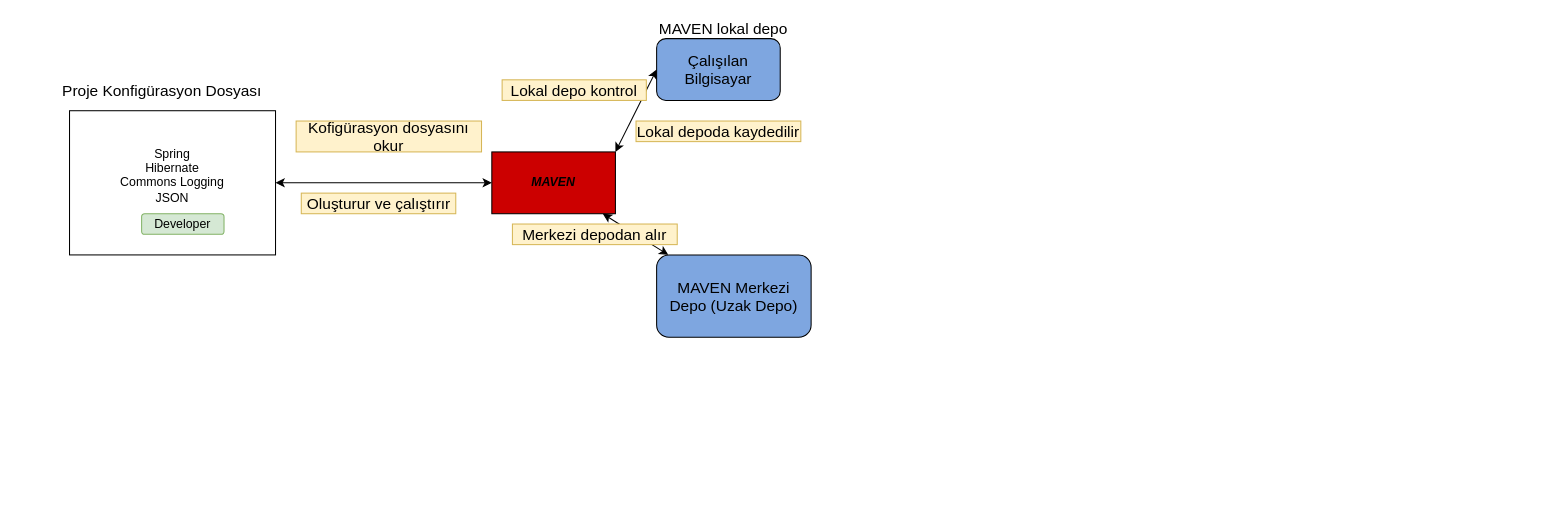
This is mavenFlow.drawio from aysedemirel/aysedemirel.github.io, a draw.io file, before an edit. Source tidied: cells renumbered, new cells numbered last; positions are measured from the earlier drawing's top-left corner, leaving out a move shared by most shapes. Both pictures are drawn from the tidied source at 103%, with x=0, y=0 at pixel (59, 18).
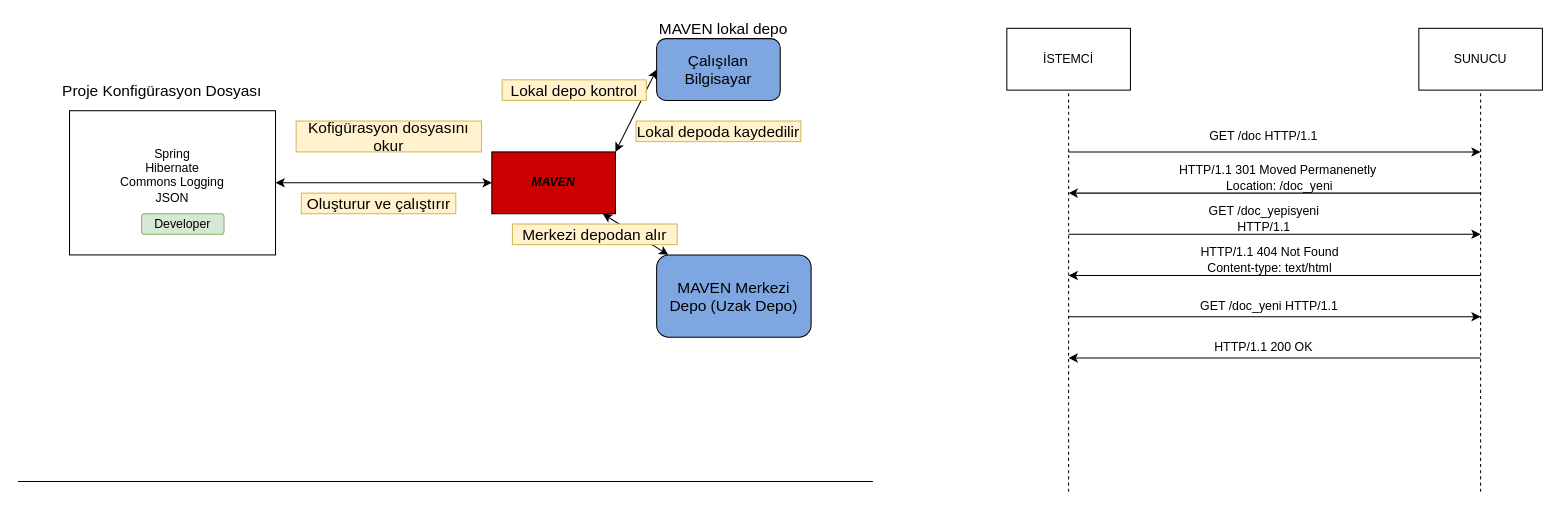
The same diagram, later.

Change to the diagram source:
```diff
@@
+    <mxCell id="17" style="endArrow=none;html=1;" parent="1" edge="1">
+      <mxGeometry relative="1" as="geometry">
+        <mxPoint x="-40" y="450" as="sourcePoint" />
+        <mxPoint x="790" y="450" as="targetPoint" />
+      </mxGeometry>
+    </mxCell>
+    <mxCell id="18" value="İSTEMCİ" style="rounded=0;whiteSpace=wrap;html=1;" parent="1" vertex="1">
+      <mxGeometry x="920" y="10" width="120" height="60" as="geometry" />
+    </mxCell>
+    <mxCell id="19" value="SUNUCU" style="rounded=0;whiteSpace=wrap;html=1;" parent="1" vertex="1">
+      <mxGeometry x="1320" y="10" width="120" height="60" as="geometry" />
+    </mxCell>
+    <mxCell id="20" style="endArrow=classic;html=1;" parent="1" edge="1">
+      <mxGeometry relative="1" as="geometry">
+        <mxPoint x="980" y="130" as="sourcePoint" />
+        <mxPoint x="1380" y="130" as="targetPoint" />
+      </mxGeometry>
+    </mxCell>
+    <mxCell id="21" style="endArrow=none;dashed=1;html=1;entryX=0.5;entryY=1;entryDx=0;entryDy=0;" parent="1" edge="1" target="18">
+      <mxGeometry relative="1" as="geometry">
+        <mxPoint x="980" y="460" as="sourcePoint" />
+      </mxGeometry>
+    </mxCell>
+    <mxCell id="22" style="endArrow=none;dashed=1;html=1;entryX=0.5;entryY=1;entryDx=0;entryDy=0;" parent="1" edge="1" target="19">
+      <mxGeometry relative="1" as="geometry">
+        <mxPoint x="1380" y="460" as="sourcePoint" />
+      </mxGeometry>
+    </mxCell>
+    <mxCell id="23" value="GET /doc HTTP/1.1&lt;br&gt;" style="text;html=1;strokeColor=none;fillColor=none;align=center;verticalAlign=middle;whiteSpace=wrap;rounded=0;" parent="1" vertex="1">
+      <mxGeometry x="1100" y="105" width="139" height="20" as="geometry" />
+    </mxCell>
+    <mxCell id="24" style="endArrow=classic;html=1;" parent="1" edge="1">
+      <mxGeometry relative="1" as="geometry">
+        <mxPoint x="1380" y="170" as="sourcePoint" />
+        <mxPoint x="980" y="170" as="targetPoint" />
+      </mxGeometry>
+    </mxCell>
+    <mxCell id="25" style="endArrow=classic;html=1;" parent="1" edge="1">
+      <mxGeometry relative="1" as="geometry">
+        <mxPoint x="980" y="210" as="sourcePoint" />
+        <mxPoint x="1380" y="210" as="targetPoint" />
+      </mxGeometry>
+    </mxCell>
+    <mxCell id="26" style="endArrow=classic;html=1;" parent="1" edge="1">
+      <mxGeometry relative="1" as="geometry">
+        <mxPoint x="1380" y="250" as="sourcePoint" />
+        <mxPoint x="980" y="250" as="targetPoint" />
+      </mxGeometry>
+    </mxCell>
+    <mxCell id="27" value="HTTP/1.1 301 Moved Permanenetly&amp;nbsp;&lt;br&gt;Location: /doc_yeni" style="text;html=1;strokeColor=none;fillColor=none;align=center;verticalAlign=middle;whiteSpace=wrap;rounded=0;" parent="1" vertex="1">
+      <mxGeometry x="1070" y="140" width="230" height="30" as="geometry" />
+    </mxCell>
+    <mxCell id="28" value="GET /doc_yepisyeni HTTP/1.1" style="text;html=1;strokeColor=none;fillColor=none;align=center;verticalAlign=middle;whiteSpace=wrap;rounded=0;" parent="1" vertex="1">
+      <mxGeometry x="1089.5" y="190" width="160" height="10" as="geometry" />
+    </mxCell>
+    <mxCell id="29" value="HTTP/1.1 404 Not Found&lt;br&gt;Content-type: text/html" style="text;html=1;strokeColor=none;fillColor=none;align=center;verticalAlign=middle;whiteSpace=wrap;rounded=0;" parent="1" vertex="1">
+      <mxGeometry x="1089.5" y="230" width="170.5" height="10" as="geometry" />
+    </mxCell>
+    <mxCell id="30" style="endArrow=classic;html=1;" parent="1" edge="1">
+      <mxGeometry relative="1" as="geometry">
+        <mxPoint x="980" y="290" as="sourcePoint" />
+        <mxPoint x="1380" y="290" as="targetPoint" />
+      </mxGeometry>
+    </mxCell>
+    <mxCell id="31" style="endArrow=classic;html=1;" parent="1" edge="1">
+      <mxGeometry relative="1" as="geometry">
+        <mxPoint x="1380" y="330" as="sourcePoint" />
+        <mxPoint x="980" y="330" as="targetPoint" />
+      </mxGeometry>
+    </mxCell>
+    <mxCell id="32" value="GET /doc_yeni HTTP/1.1" style="text;html=1;strokeColor=none;fillColor=none;align=center;verticalAlign=middle;whiteSpace=wrap;rounded=0;" parent="1" vertex="1">
+      <mxGeometry x="1094.8" y="270" width="160" height="20" as="geometry" />
+    </mxCell>
+    <mxCell id="33" value="HTTP/1.1 200 OK" style="text;html=1;strokeColor=none;fillColor=none;align=center;verticalAlign=middle;whiteSpace=wrap;rounded=0;" parent="1" vertex="1">
+      <mxGeometry x="1106.9" y="310" width="125.2" height="20" as="geometry" />
+    </mxCell>
```
